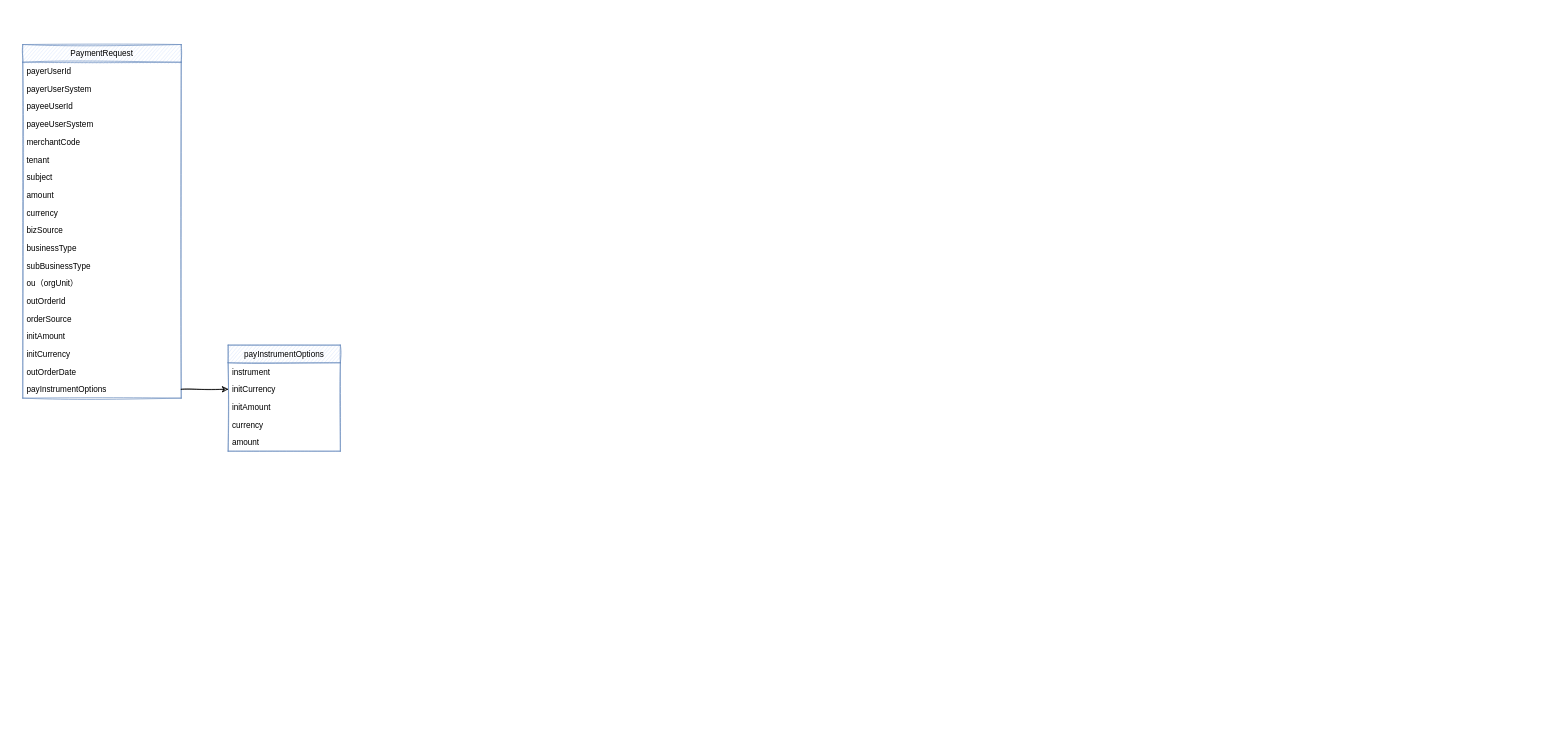
Lichit-bot/hello-computer keeps this draw.io diagram as Untitled Diagram.drawio. Above is the earlier version. Source tidied: cells renumbered, new cells numbered last; positions are measured from the earlier drawing's top-left corner, leaving out a move shared by most shapes. Both pictures are drawn from the tidied source at 68%, with x=0, y=0 at pixel (22, 44).
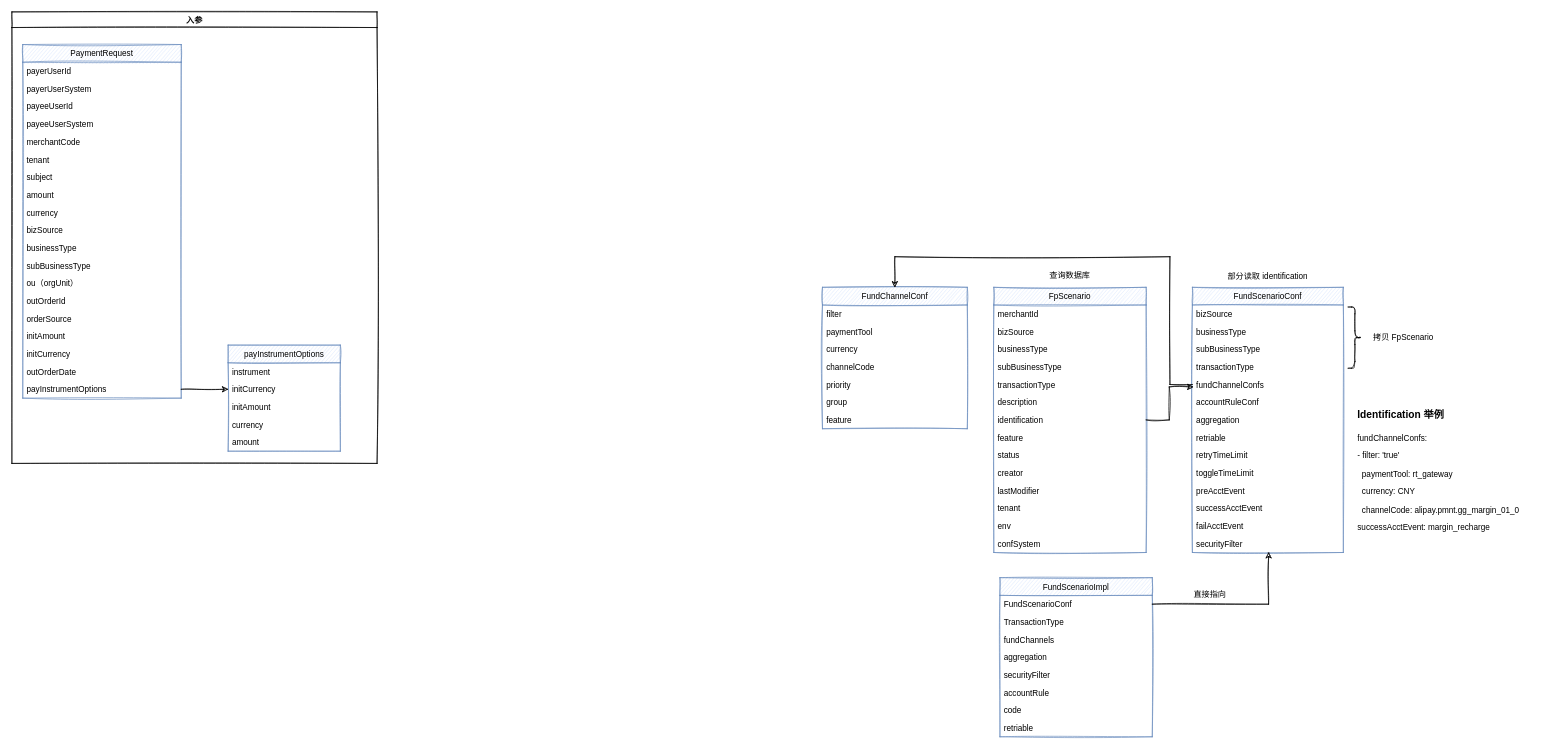
The same page after the edit.

Change to the diagram source:
```diff
@@
+    <mxCell id="29" value="FpScenario" style="swimlane;fontStyle=0;horizontal=1;startSize=26;fillColor=#dae8fc;strokeColor=#6c8ebf;sketch=1;" parent="1" vertex="1">
+      <mxGeometry x="1428" y="357" width="224" height="390" as="geometry" />
+    </mxCell>
+    <mxCell id="30" value="merchantId" style="text;strokeColor=none;fillColor=none;align=left;verticalAlign=top;spacingLeft=4;spacingRight=4;overflow=hidden;" parent="29" vertex="1">
+      <mxGeometry y="26" width="224" height="26" as="geometry" />
+    </mxCell>
+    <mxCell id="31" value="bizSource" style="text;strokeColor=none;fillColor=none;align=left;verticalAlign=top;spacingLeft=4;spacingRight=4;overflow=hidden;" parent="29" vertex="1">
+      <mxGeometry y="52" width="224" height="26" as="geometry" />
+    </mxCell>
+    <mxCell id="32" value="businessType" style="text;strokeColor=none;fillColor=none;align=left;verticalAlign=top;spacingLeft=4;spacingRight=4;overflow=hidden;" parent="29" vertex="1">
+      <mxGeometry y="78" width="224" height="26" as="geometry" />
+    </mxCell>
+    <mxCell id="33" value="subBusinessType" style="text;strokeColor=none;fillColor=none;align=left;verticalAlign=top;spacingLeft=4;spacingRight=4;overflow=hidden;" parent="29" vertex="1">
+      <mxGeometry y="104" width="224" height="26" as="geometry" />
+    </mxCell>
+    <mxCell id="34" value="transactionType" style="text;strokeColor=none;fillColor=none;align=left;verticalAlign=top;spacingLeft=4;spacingRight=4;overflow=hidden;" parent="29" vertex="1">
+      <mxGeometry y="130" width="224" height="26" as="geometry" />
+    </mxCell>
+    <mxCell id="35" value="description" style="text;strokeColor=none;fillColor=none;align=left;verticalAlign=top;spacingLeft=4;spacingRight=4;overflow=hidden;" parent="29" vertex="1">
+      <mxGeometry y="156" width="224" height="26" as="geometry" />
+    </mxCell>
+    <mxCell id="36" value="identification" style="text;strokeColor=none;fillColor=none;align=left;verticalAlign=top;spacingLeft=4;spacingRight=4;overflow=hidden;points=[[0,0.5],[1,0.5]];portConstraint=eastwest;" parent="29" vertex="1">
+      <mxGeometry y="182" width="224" height="26" as="geometry" />
+    </mxCell>
+    <mxCell id="37" value="feature" style="text;strokeColor=none;fillColor=none;align=left;verticalAlign=top;spacingLeft=4;spacingRight=4;overflow=hidden;" parent="29" vertex="1">
+      <mxGeometry y="208" width="224" height="26" as="geometry" />
+    </mxCell>
+    <mxCell id="38" value="status" style="text;strokeColor=none;fillColor=none;align=left;verticalAlign=top;spacingLeft=4;spacingRight=4;overflow=hidden;" parent="29" vertex="1">
+      <mxGeometry y="234" width="224" height="26" as="geometry" />
+    </mxCell>
+    <mxCell id="39" value="creator" style="text;strokeColor=none;fillColor=none;align=left;verticalAlign=top;spacingLeft=4;spacingRight=4;overflow=hidden;" parent="29" vertex="1">
+      <mxGeometry y="260" width="224" height="26" as="geometry" />
+    </mxCell>
+    <mxCell id="40" value="lastModifier" style="text;strokeColor=none;fillColor=none;align=left;verticalAlign=top;spacingLeft=4;spacingRight=4;overflow=hidden;" parent="29" vertex="1">
+      <mxGeometry y="286" width="224" height="26" as="geometry" />
+    </mxCell>
+    <mxCell id="41" value="tenant" style="text;strokeColor=none;fillColor=none;align=left;verticalAlign=top;spacingLeft=4;spacingRight=4;overflow=hidden;" parent="29" vertex="1">
+      <mxGeometry y="312" width="224" height="26" as="geometry" />
+    </mxCell>
+    <mxCell id="42" value="env" style="text;strokeColor=none;fillColor=none;align=left;verticalAlign=top;spacingLeft=4;spacingRight=4;overflow=hidden;" parent="29" vertex="1">
+      <mxGeometry y="338" width="224" height="26" as="geometry" />
+    </mxCell>
+    <mxCell id="43" value="confSystem" style="text;strokeColor=none;fillColor=none;align=left;verticalAlign=top;spacingLeft=4;spacingRight=4;overflow=hidden;" parent="29" vertex="1">
+      <mxGeometry y="364" width="224" height="26" as="geometry" />
+    </mxCell>
+    <mxCell id="44" value="FundScenarioConf" style="swimlane;fontStyle=0;horizontal=1;startSize=26;sketch=1;fillColor=#dae8fc;strokeColor=#6c8ebf;" parent="1" vertex="1">
+      <mxGeometry x="1720" y="357" width="222" height="390" as="geometry" />
+    </mxCell>
+    <mxCell id="45" value="bizSource" style="text;strokeColor=none;fillColor=none;align=left;verticalAlign=top;spacingLeft=4;spacingRight=4;overflow=hidden;" parent="44" vertex="1">
+      <mxGeometry y="26" width="222" height="26" as="geometry" />
+    </mxCell>
+    <mxCell id="46" value="businessType" style="text;strokeColor=none;fillColor=none;align=left;verticalAlign=top;spacingLeft=4;spacingRight=4;overflow=hidden;" parent="44" vertex="1">
+      <mxGeometry y="52" width="222" height="26" as="geometry" />
+    </mxCell>
+    <mxCell id="47" value="subBusinessType" style="text;strokeColor=none;fillColor=none;align=left;verticalAlign=top;spacingLeft=4;spacingRight=4;overflow=hidden;" parent="44" vertex="1">
+      <mxGeometry y="78" width="222" height="26" as="geometry" />
+    </mxCell>
+    <mxCell id="48" value="transactionType" style="text;strokeColor=none;fillColor=none;align=left;verticalAlign=top;spacingLeft=4;spacingRight=4;overflow=hidden;" parent="44" vertex="1">
+      <mxGeometry y="104" width="222" height="26" as="geometry" />
+    </mxCell>
+    <mxCell id="49" value="fundChannelConfs" style="text;strokeColor=none;fillColor=none;align=left;verticalAlign=top;spacingLeft=4;spacingRight=4;overflow=hidden;points=[[0,0.5],[1,0.5]];portConstraint=eastwest;" parent="44" vertex="1">
+      <mxGeometry y="130" width="222" height="26" as="geometry" />
+    </mxCell>
+    <mxCell id="50" value="accountRuleConf" style="text;strokeColor=none;fillColor=none;align=left;verticalAlign=top;spacingLeft=4;spacingRight=4;overflow=hidden;" parent="44" vertex="1">
+      <mxGeometry y="156" width="222" height="26" as="geometry" />
+    </mxCell>
+    <mxCell id="51" value="aggregation" style="text;strokeColor=none;fillColor=none;align=left;verticalAlign=top;spacingLeft=4;spacingRight=4;overflow=hidden;" parent="44" vertex="1">
+      <mxGeometry y="182" width="222" height="26" as="geometry" />
+    </mxCell>
+    <mxCell id="52" value="retriable" style="text;strokeColor=none;fillColor=none;align=left;verticalAlign=top;spacingLeft=4;spacingRight=4;overflow=hidden;" parent="44" vertex="1">
+      <mxGeometry y="208" width="222" height="26" as="geometry" />
+    </mxCell>
+    <mxCell id="53" value="retryTimeLimit" style="text;strokeColor=none;fillColor=none;align=left;verticalAlign=top;spacingLeft=4;spacingRight=4;overflow=hidden;" parent="44" vertex="1">
+      <mxGeometry y="234" width="222" height="26" as="geometry" />
+    </mxCell>
+    <mxCell id="54" value="toggleTimeLimit" style="text;strokeColor=none;fillColor=none;align=left;verticalAlign=top;spacingLeft=4;spacingRight=4;overflow=hidden;" parent="44" vertex="1">
+      <mxGeometry y="260" width="222" height="26" as="geometry" />
+    </mxCell>
+    <mxCell id="55" value="preAcctEvent" style="text;strokeColor=none;fillColor=none;align=left;verticalAlign=top;spacingLeft=4;spacingRight=4;overflow=hidden;" parent="44" vertex="1">
+      <mxGeometry y="286" width="222" height="26" as="geometry" />
+    </mxCell>
+    <mxCell id="56" value="successAcctEvent" style="text;strokeColor=none;fillColor=none;align=left;verticalAlign=top;spacingLeft=4;spacingRight=4;overflow=hidden;" parent="44" vertex="1">
+      <mxGeometry y="312" width="222" height="26" as="geometry" />
+    </mxCell>
+    <mxCell id="57" value="failAcctEvent" style="text;strokeColor=none;fillColor=none;align=left;verticalAlign=top;spacingLeft=4;spacingRight=4;overflow=hidden;" parent="44" vertex="1">
+      <mxGeometry y="338" width="222" height="26" as="geometry" />
+    </mxCell>
+    <mxCell id="58" value="securityFilter" style="text;strokeColor=none;fillColor=none;align=left;verticalAlign=top;spacingLeft=4;spacingRight=4;overflow=hidden;points=[[0,0.5],[1,0.5]];portConstraint=eastwest;" parent="44" vertex="1">
+      <mxGeometry y="364" width="222" height="26" as="geometry" />
+    </mxCell>
+    <mxCell id="59" style="shape=curlyBracket;whiteSpace=wrap;html=1;rounded=1;flipH=1;sketch=1;" parent="1" vertex="1">
+      <mxGeometry x="1949" y="386" width="20" height="90" as="geometry" />
+    </mxCell>
+    <mxCell id="60" value="拷贝 FpScenario" style="text;html=1;strokeColor=none;fillColor=none;align=center;verticalAlign=middle;whiteSpace=wrap;rounded=0;sketch=1;" parent="1" vertex="1">
+      <mxGeometry x="1974" y="421" width="113" height="20" as="geometry" />
+    </mxCell>
+    <mxCell id="61" value="查询数据库" style="text;html=1;strokeColor=none;fillColor=none;align=center;verticalAlign=middle;whiteSpace=wrap;rounded=0;sketch=1;" parent="1" vertex="1">
+      <mxGeometry x="1496" y="330" width="88" height="20" as="geometry" />
+    </mxCell>
+    <mxCell id="62" value="部分读取 identification" style="text;html=1;strokeColor=none;fillColor=none;align=center;verticalAlign=middle;whiteSpace=wrap;rounded=0;sketch=1;" parent="1" vertex="1">
+      <mxGeometry x="1757.2" y="331" width="147.5" height="20" as="geometry" />
+    </mxCell>
+    <mxCell id="63" value="&lt;h1&gt;&lt;font style=&quot;font-size: 15px&quot;&gt;Identification 举例&lt;/font&gt;&lt;/h1&gt;&lt;p&gt;fundChannelConfs:&lt;/p&gt;&lt;p&gt;&lt;span&gt;- filter: 'true'&lt;/span&gt;&lt;/p&gt;&lt;p&gt;&amp;nbsp; paymentTool: rt_gateway&lt;/p&gt;&lt;p&gt;&amp;nbsp; currency: CNY&lt;/p&gt;&lt;p&gt;&amp;nbsp; channelCode: alipay.pmnt.gg_margin_01_0&lt;/p&gt;&lt;p&gt;successAcctEvent: margin_recharge&lt;/p&gt;" style="text;html=1;strokeColor=none;fillColor=none;spacing=5;spacingTop=-20;whiteSpace=wrap;overflow=hidden;rounded=0;sketch=1;" parent="1" vertex="1">
+      <mxGeometry x="1958" y="521" width="275" height="219" as="geometry" />
+    </mxCell>
+    <mxCell id="64" value="FundScenarioImpl" style="swimlane;fontStyle=0;horizontal=1;startSize=26;sketch=1;fillColor=#dae8fc;strokeColor=#6c8ebf;" parent="1" vertex="1">
+      <mxGeometry x="1437" y="784" width="224" height="234" as="geometry" />
+    </mxCell>
+    <mxCell id="65" value="FundScenarioConf" style="text;strokeColor=none;fillColor=none;align=left;verticalAlign=top;spacingLeft=4;spacingRight=4;overflow=hidden;points=[[0,0.5],[1,0.5]];portConstraint=eastwest;" parent="64" vertex="1">
+      <mxGeometry y="26" width="224" height="26" as="geometry" />
+    </mxCell>
+    <mxCell id="66" value="TransactionType" style="text;strokeColor=none;fillColor=none;align=left;verticalAlign=top;spacingLeft=4;spacingRight=4;overflow=hidden;" parent="64" vertex="1">
+      <mxGeometry y="52" width="224" height="26" as="geometry" />
+    </mxCell>
+    <mxCell id="67" value="fundChannels" style="text;strokeColor=none;fillColor=none;align=left;verticalAlign=top;spacingLeft=4;spacingRight=4;overflow=hidden;" parent="64" vertex="1">
+      <mxGeometry y="78" width="224" height="26" as="geometry" />
+    </mxCell>
+    <mxCell id="68" value="aggregation" style="text;strokeColor=none;fillColor=none;align=left;verticalAlign=top;spacingLeft=4;spacingRight=4;overflow=hidden;" parent="64" vertex="1">
+      <mxGeometry y="104" width="224" height="26" as="geometry" />
+    </mxCell>
+    <mxCell id="69" value="securityFilter" style="text;strokeColor=none;fillColor=none;align=left;verticalAlign=top;spacingLeft=4;spacingRight=4;overflow=hidden;" parent="64" vertex="1">
+      <mxGeometry y="130" width="224" height="26" as="geometry" />
+    </mxCell>
+    <mxCell id="70" value="accountRule" style="text;strokeColor=none;fillColor=none;align=left;verticalAlign=top;spacingLeft=4;spacingRight=4;overflow=hidden;" parent="64" vertex="1">
+      <mxGeometry y="156" width="224" height="26" as="geometry" />
+    </mxCell>
+    <mxCell id="71" value="code" style="text;strokeColor=none;fillColor=none;align=left;verticalAlign=top;spacingLeft=4;spacingRight=4;overflow=hidden;" parent="64" vertex="1">
+      <mxGeometry y="182" width="224" height="26" as="geometry" />
+    </mxCell>
+    <mxCell id="72" value="retriable" style="text;strokeColor=none;fillColor=none;align=left;verticalAlign=top;spacingLeft=4;spacingRight=4;overflow=hidden;" parent="64" vertex="1">
+      <mxGeometry y="208" width="224" height="26" as="geometry" />
+    </mxCell>
+    <mxCell id="73" style="edgeStyle=orthogonalEdgeStyle;rounded=0;comic=0;sketch=1;jettySize=auto;html=1;exitX=1;exitY=0.5;exitDx=0;exitDy=0;entryX=0.505;entryY=0.987;entryDx=0;entryDy=0;entryPerimeter=0;" parent="1" edge="1" source="65" target="58">
+      <mxGeometry relative="1" as="geometry" />
+    </mxCell>
+    <mxCell id="74" value="直接指向" style="text;html=1;strokeColor=none;fillColor=none;align=center;verticalAlign=middle;whiteSpace=wrap;rounded=0;sketch=1;" parent="1" vertex="1">
+      <mxGeometry x="1710" y="799" width="72" height="20" as="geometry" />
+    </mxCell>
+    <mxCell id="75" value="FundChannelConf" style="swimlane;fontStyle=0;horizontal=1;startSize=26;sketch=1;fillColor=#dae8fc;strokeColor=#6c8ebf;" parent="1" vertex="1">
+      <mxGeometry x="1176" y="357" width="213" height="208" as="geometry" />
+    </mxCell>
+    <mxCell id="76" value="filter" style="text;strokeColor=none;fillColor=none;align=left;verticalAlign=top;spacingLeft=4;spacingRight=4;overflow=hidden;" parent="75" vertex="1">
+      <mxGeometry y="26" width="213" height="26" as="geometry" />
+    </mxCell>
+    <mxCell id="77" value="paymentTool" style="text;strokeColor=none;fillColor=none;align=left;verticalAlign=top;spacingLeft=4;spacingRight=4;overflow=hidden;" parent="75" vertex="1">
+      <mxGeometry y="52" width="213" height="26" as="geometry" />
+    </mxCell>
+    <mxCell id="78" value="currency" style="text;strokeColor=none;fillColor=none;align=left;verticalAlign=top;spacingLeft=4;spacingRight=4;overflow=hidden;" parent="75" vertex="1">
+      <mxGeometry y="78" width="213" height="26" as="geometry" />
+    </mxCell>
+    <mxCell id="79" value="channelCode" style="text;strokeColor=none;fillColor=none;align=left;verticalAlign=top;spacingLeft=4;spacingRight=4;overflow=hidden;" parent="75" vertex="1">
+      <mxGeometry y="104" width="213" height="26" as="geometry" />
+    </mxCell>
+    <mxCell id="80" value="priority" style="text;strokeColor=none;fillColor=none;align=left;verticalAlign=top;spacingLeft=4;spacingRight=4;overflow=hidden;" parent="75" vertex="1">
+      <mxGeometry y="130" width="213" height="26" as="geometry" />
+    </mxCell>
+    <mxCell id="81" value="group" style="text;strokeColor=none;fillColor=none;align=left;verticalAlign=top;spacingLeft=4;spacingRight=4;overflow=hidden;" parent="75" vertex="1">
+      <mxGeometry y="156" width="213" height="26" as="geometry" />
+    </mxCell>
+    <mxCell id="82" value="feature" style="text;strokeColor=none;fillColor=none;align=left;verticalAlign=top;spacingLeft=4;spacingRight=4;overflow=hidden;" parent="75" vertex="1">
+      <mxGeometry y="182" width="213" height="26" as="geometry" />
+    </mxCell>
+    <mxCell id="83" value="入参" style="swimlane;sketch=1;" parent="1" vertex="1">
+      <mxGeometry x="-16" y="-48" width="537" height="664" as="geometry" />
+    </mxCell>
+    <mxCell id="84" style="edgeStyle=orthogonalEdgeStyle;rounded=0;comic=0;sketch=1;jettySize=auto;html=1;exitX=1;exitY=0.5;exitDx=0;exitDy=0;entryX=0.006;entryY=0.634;entryDx=0;entryDy=0;entryPerimeter=0;" parent="1" edge="1" source="36" target="49">
+      <mxGeometry relative="1" as="geometry" />
+    </mxCell>
+    <mxCell id="85" style="edgeStyle=orthogonalEdgeStyle;rounded=0;comic=0;sketch=1;jettySize=auto;html=1;exitX=0;exitY=0.5;exitDx=0;exitDy=0;entryX=0.5;entryY=0;entryDx=0;entryDy=0;" parent="1" edge="1" source="49" target="75">
+      <mxGeometry relative="1" as="geometry">
+        <Array as="points">
+          <mxPoint x="1687" y="500" />
+          <mxPoint x="1687" y="312" />
+          <mxPoint x="1283" y="312" />
+        </Array>
+      </mxGeometry>
+    </mxCell>
```
